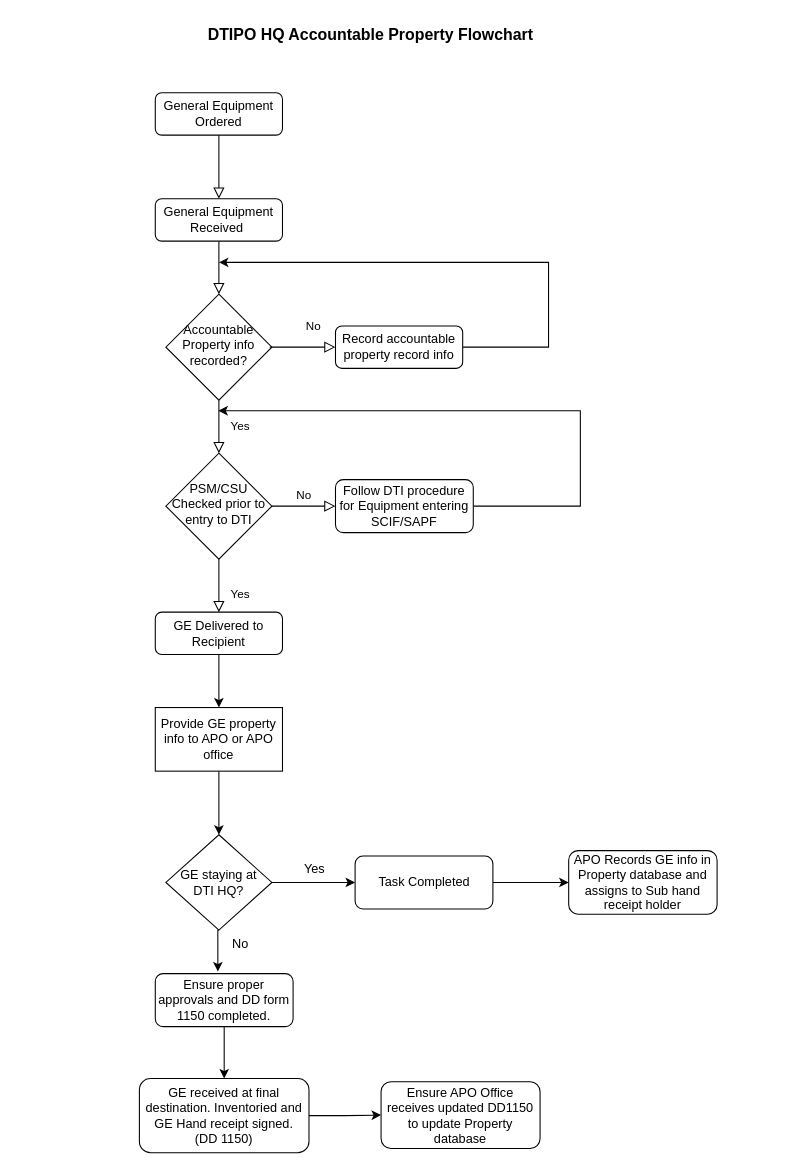
The draw.io diagram Property Flow.drawio in moondog69/drawings, before the edit. Source tidied: cells renumbered, new cells numbered last; positions are measured from the earlier drawing's top-left corner, leaving out a move shared by most shapes. Both pictures are drawn from the tidied source at 106%, with x=0, y=0 at pixel (139, 18).
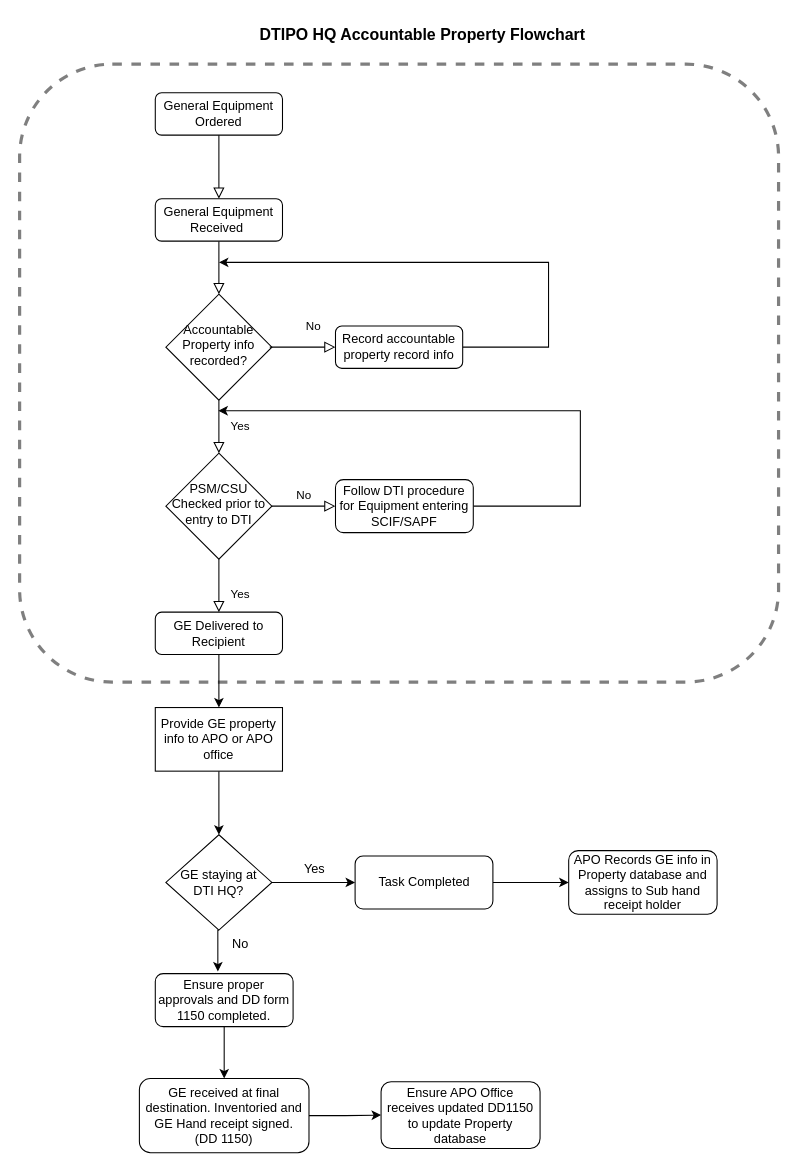
The same page after the edit.

What changed in the source:
```diff
@@
+    <mxCell id="34" style="rounded=1;whiteSpace=wrap;html=1;dashed=1;strokeWidth=3;opacity=50;" parent="1" vertex="1">
+      <mxGeometry x="-113" y="43" width="716" height="583" as="geometry" />
+    </mxCell>
@@
     <mxCell id="29" value="&lt;b style=&quot;font-size: 15px;&quot;&gt;DTIPO HQ Accountable Property Flowchart&amp;nbsp;&lt;/b&gt;" style="text;html=1;align=center;verticalAlign=middle;strokeColor=none;fillColor=none;fontSize=15;" parent="1" vertex="1">
-      <mxGeometry x="55" width="330" height="30" as="geometry" />
+      <mxGeometry x="104" width="330" height="30" as="geometry" />
     </mxCell>
```
